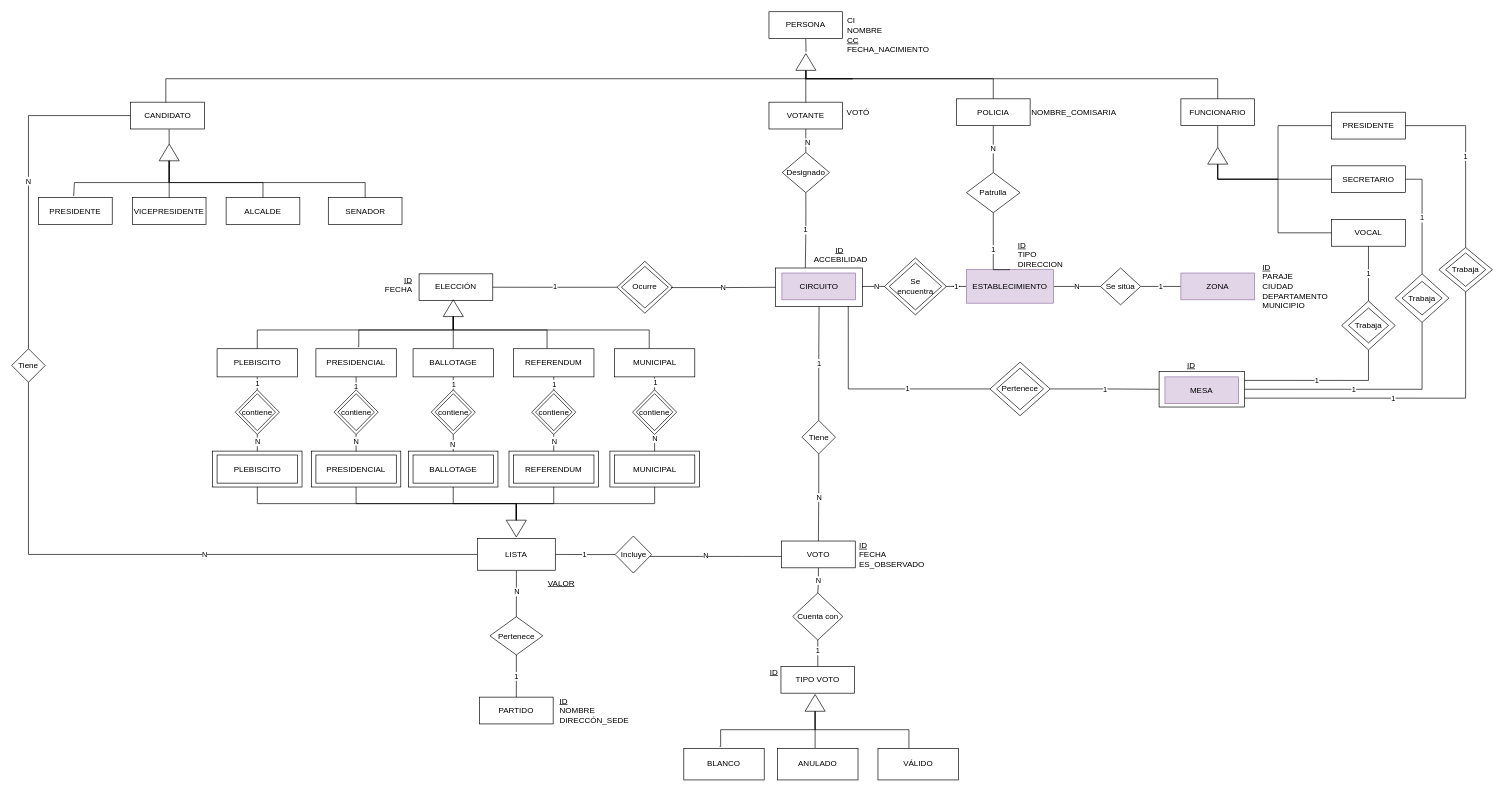
This is docs/MER.drawio from PedroScheeffer/2025-BD2-Obligatorio, a draw.io file, before an edit. Source tidied: cells renumbered, new cells numbered last; positions are measured from the earlier drawing's top-left corner, leaving out a move shared by most shapes. Both pictures are drawn from the tidied source at 67%, with x=0, y=0 at pixel (11, 11).
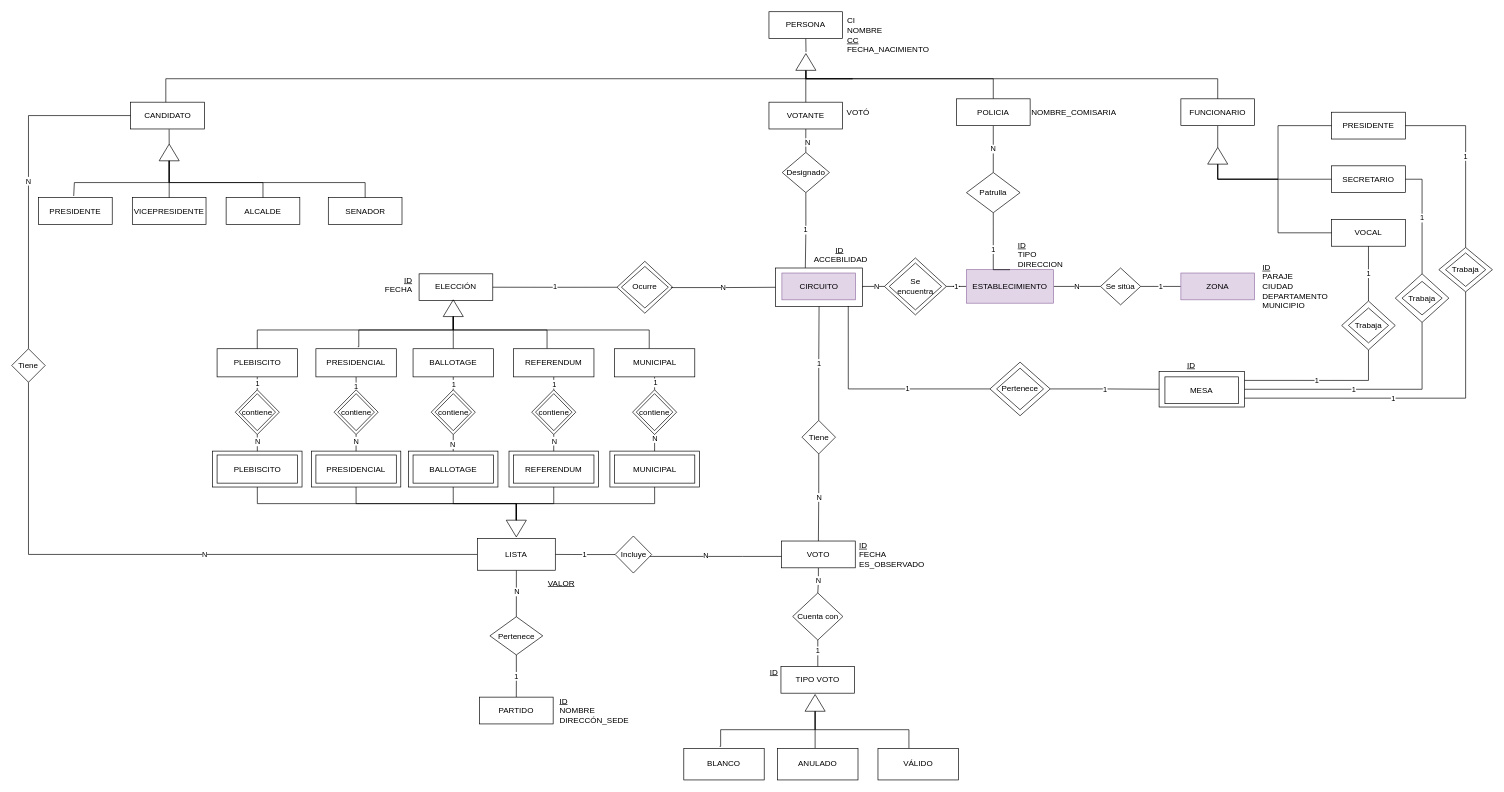
Above is the later version.

Commit message:
MER para tener doc a la mano

What changed in the source:
```diff
@@
-    <mxCell id="28" value="MESA" style="rounded=0;whiteSpace=wrap;html=1;fillColor=#e1d5e7;strokeColor=#9673a6;" parent="1" vertex="1">
+    <mxCell id="28" value="MESA" style="rounded=0;whiteSpace=wrap;html=1;" parent="1" vertex="1">
       <mxGeometry x="1721.2" y="545" width="110" height="40" as="geometry" />
     </mxCell>
```
